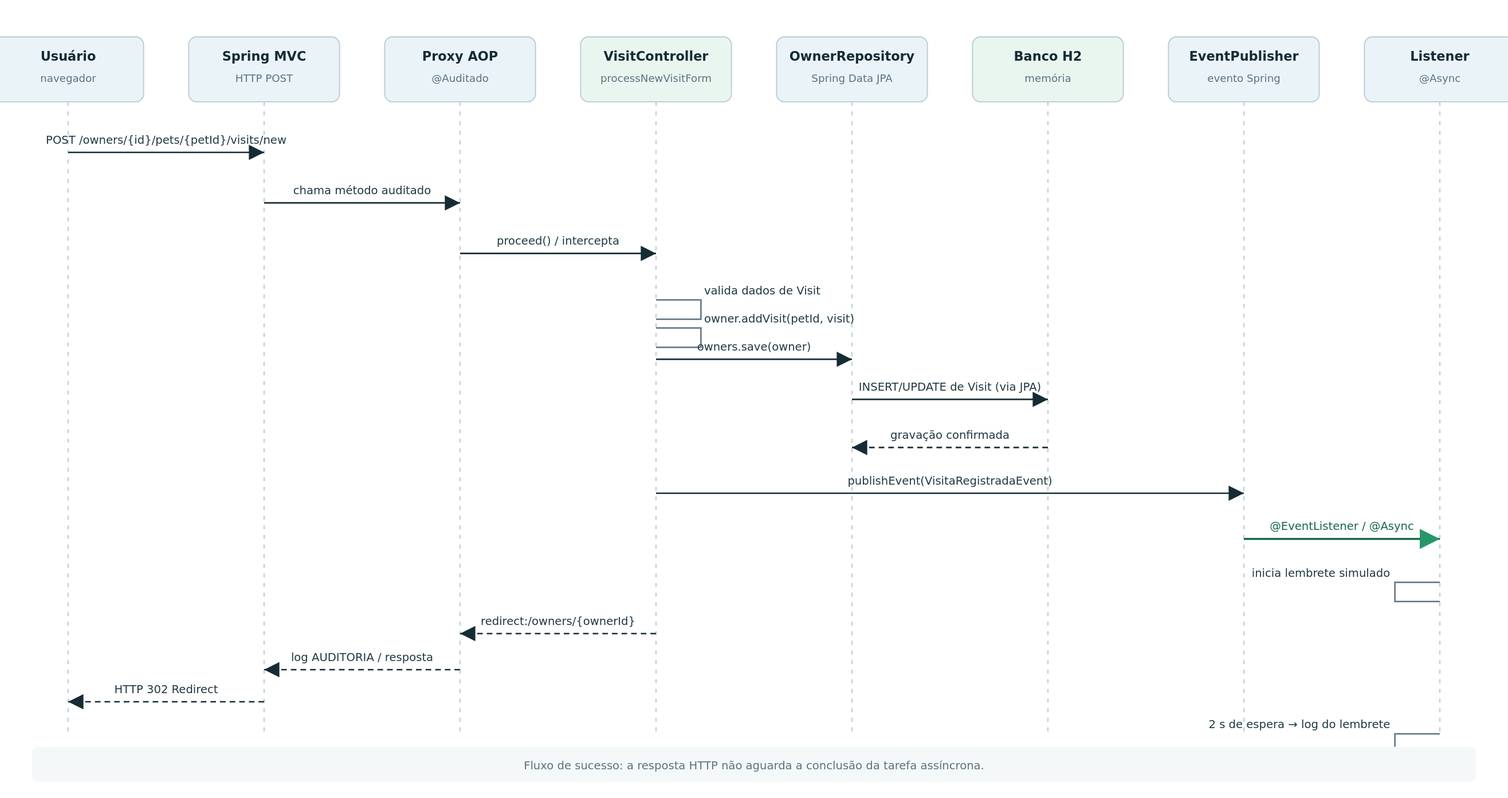
GabrielKayran/spring-petclinic keeps this PlantUML diagram as docs/uml/svg/04_sequencia_registro_visita.svg. Above is the earlier version. Its source is kept beside it as docs/uml/puml/04_sequencia_registro_visita.puml.
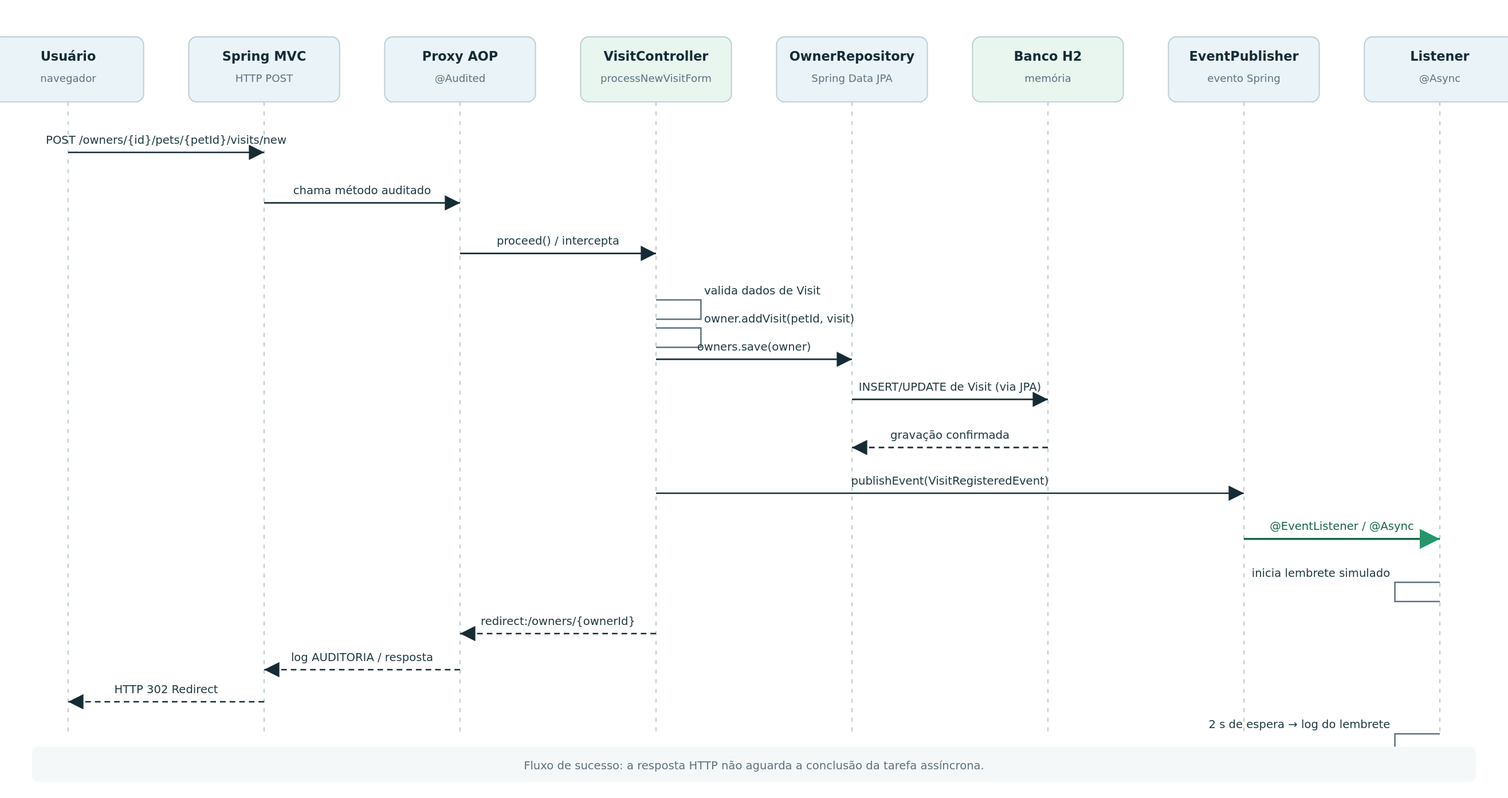
After the commit.

Diff of the diagram source:
```diff
@@ -9,7 +9,7 @@
 participant "OwnerRepository" as Repo
 database "H2 (via JPA)" as DB
 participant "ApplicationEventPublisher" as Pub
-participant "LembreteVisitaListener" as Listener
+participant "VisitReminderListener" as Listener
 U -> MVC : POST /owners/{ownerId}/pets/{petId}/visits/new
 MVC -> AOP : processNewVisitForm(...)
 AOP -> VC : proceed()
@@ -20,7 +20,7 @@
   Repo -> DB : persistir (JPA/Hibernate)
   DB --> Repo : confirmação
   Repo --> VC : retorna
-  VC -> Pub : publishEvent(VisitaRegistradaEvent)
+  VC -> Pub : publishEvent(VisitRegisteredEvent)
   Pub ->> Listener : @EventListener + @Async
   activate Listener
   VC --> AOP : redirect:/owners/{ownerId}
```
